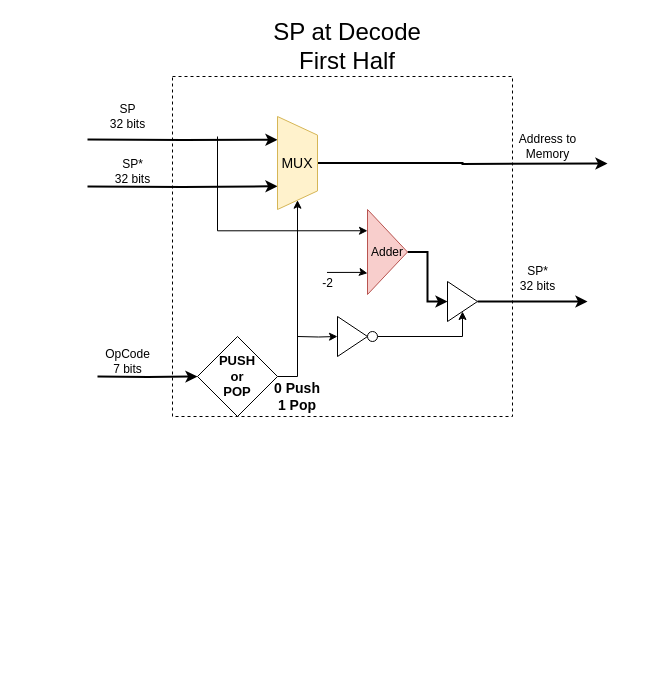
mido3ds/pipeline-risc-cpu keeps this draw.io diagram as docs/Designs/SPU at 1st half of Decode.drawio. Above is the earlier version. Source tidied: cells renumbered, new cells numbered last; positions are measured from the earlier drawing's top-left corner, leaving out a move shared by most shapes. Both pictures are drawn from the tidied source at 100%, with x=0, y=0 at pixel (87, 36).
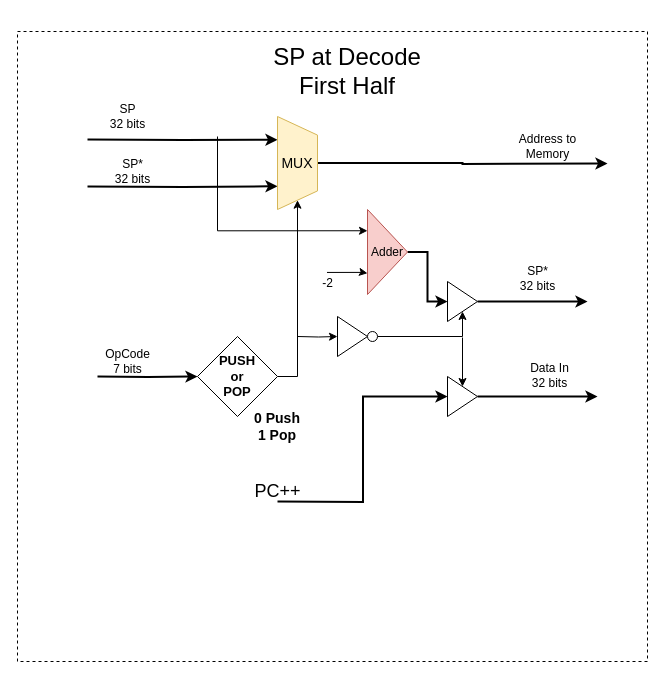
After the change.

Diff of the diagram source:
```diff
@@
     <mxCell id="2" style="whiteSpace=wrap;html=1;dashed=1;" parent="1" vertex="1">
-      <mxGeometry x="85" y="40" width="340" height="340" as="geometry" />
+      <mxGeometry x="-70" y="-5" width="630" height="630" as="geometry" />
     </mxCell>
     <mxCell id="3" value="&lt;font style=&quot;font-size: 24px&quot;&gt;SP at Decode&lt;br&gt;First Half&lt;br&gt;&lt;/font&gt;" style="text;html=1;strokeColor=none;fillColor=none;align=center;verticalAlign=middle;whiteSpace=wrap;rounded=0;" parent="1" vertex="1">
-      <mxGeometry x="130" width="260" height="20" as="geometry" />
+      <mxGeometry x="130" y="25" width="260" height="20" as="geometry" />
     </mxCell>
@@
     <mxCell id="15" value="&lt;font style=&quot;font-size: 14px&quot;&gt;&lt;b&gt;0 Push&lt;br&gt;1 Pop&lt;/b&gt;&lt;/font&gt;" style="text;html=1;strokeColor=none;fillColor=none;align=center;verticalAlign=middle;whiteSpace=wrap;rounded=0;" parent="1" vertex="1">
-      <mxGeometry x="180" y="350" width="60" height="20" as="geometry" />
+      <mxGeometry x="160" y="380" width="60" height="20" as="geometry" />
     </mxCell>
@@
+    <mxCell id="28" style="edgeStyle=orthogonalEdgeStyle;rounded=0;jettySize=auto;html=1;entryX=0;entryY=0.5;entryDx=0;entryDy=0;strokeWidth=2;" parent="1" edge="1" target="30">
+      <mxGeometry relative="1" as="geometry">
+        <mxPoint x="190" y="465" as="sourcePoint" />
+      </mxGeometry>
+    </mxCell>
+    <mxCell id="29" style="edgeStyle=orthogonalEdgeStyle;rounded=0;jettySize=auto;html=1;strokeWidth=2;" parent="1" edge="1" source="30">
+      <mxGeometry relative="1" as="geometry">
+        <mxPoint x="510" y="360" as="targetPoint" />
+      </mxGeometry>
+    </mxCell>
+    <mxCell id="30" style="triangle;whiteSpace=wrap;html=1;" parent="1" vertex="1">
+      <mxGeometry x="360" y="340" width="30" height="40" as="geometry" />
+    </mxCell>
+    <mxCell id="31" style="endArrow=classic;html=1;entryX=0.5;entryY=0;entryDx=0;entryDy=0;" parent="1" edge="1" target="30">
+      <mxGeometry relative="1" as="geometry">
+        <mxPoint x="375" y="301" as="sourcePoint" />
+      </mxGeometry>
+    </mxCell>
+    <mxCell id="32" value="&lt;font style=&quot;font-size: 18px&quot;&gt;PC++&lt;/font&gt;" style="text;html=1;align=center;verticalAlign=middle;" parent="1" vertex="1">
+      <mxGeometry x="160" y="445" width="60" height="20" as="geometry" />
+    </mxCell>
+    <mxCell id="33" value="Data In&lt;br&gt;32 bits" style="text;html=1;align=center;verticalAlign=middle;" parent="1" vertex="1">
+      <mxGeometry x="437" y="324" width="50" height="30" as="geometry" />
+    </mxCell>
```
